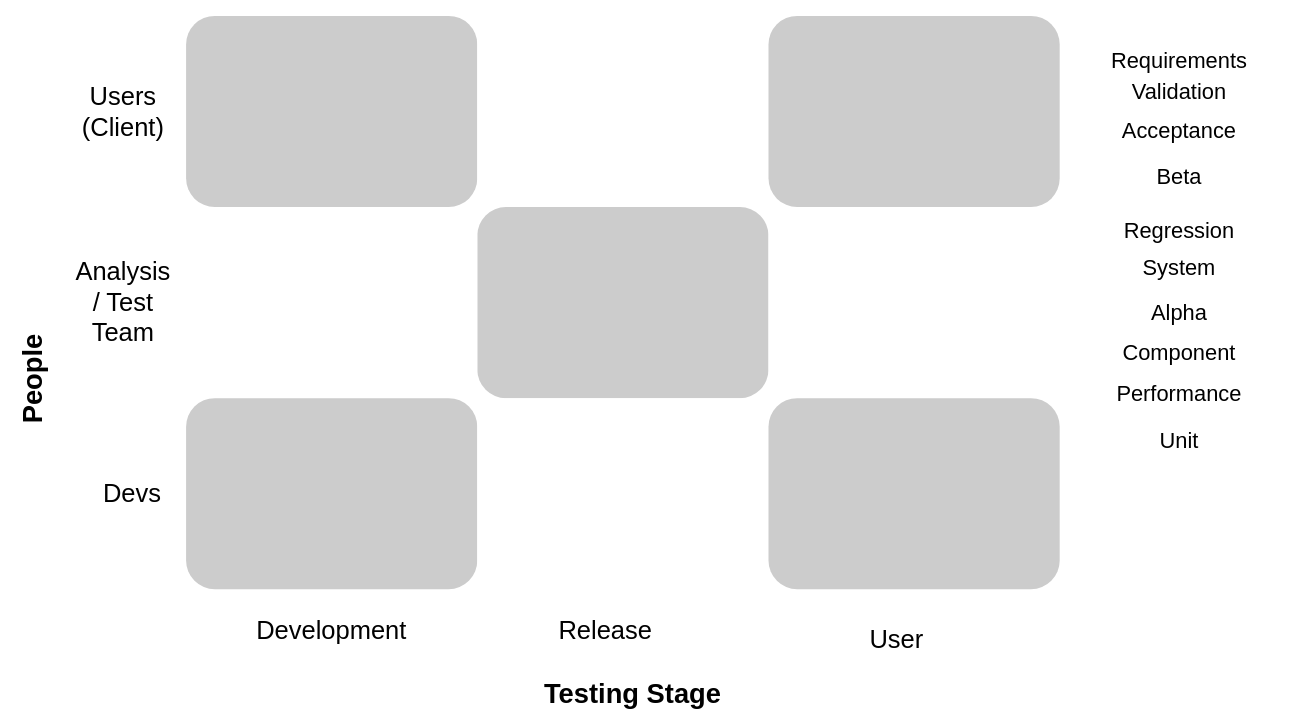
mpjovanovich/ivy_tech keeps this draw.io diagram as page "Starter" (1 of 2) of SDEV265_System_Software_Analysis_Project/types_of_testing_exercise.drawio. Above is the earlier version. Source tidied: cells renumbered, new cells numbered last; positions are measured from the earlier drawing's top-left corner, leaving out a move shared by most shapes. Both pictures are drawn from the tidied source at 91%, with x=0, y=0 at pixel (-105, 15).
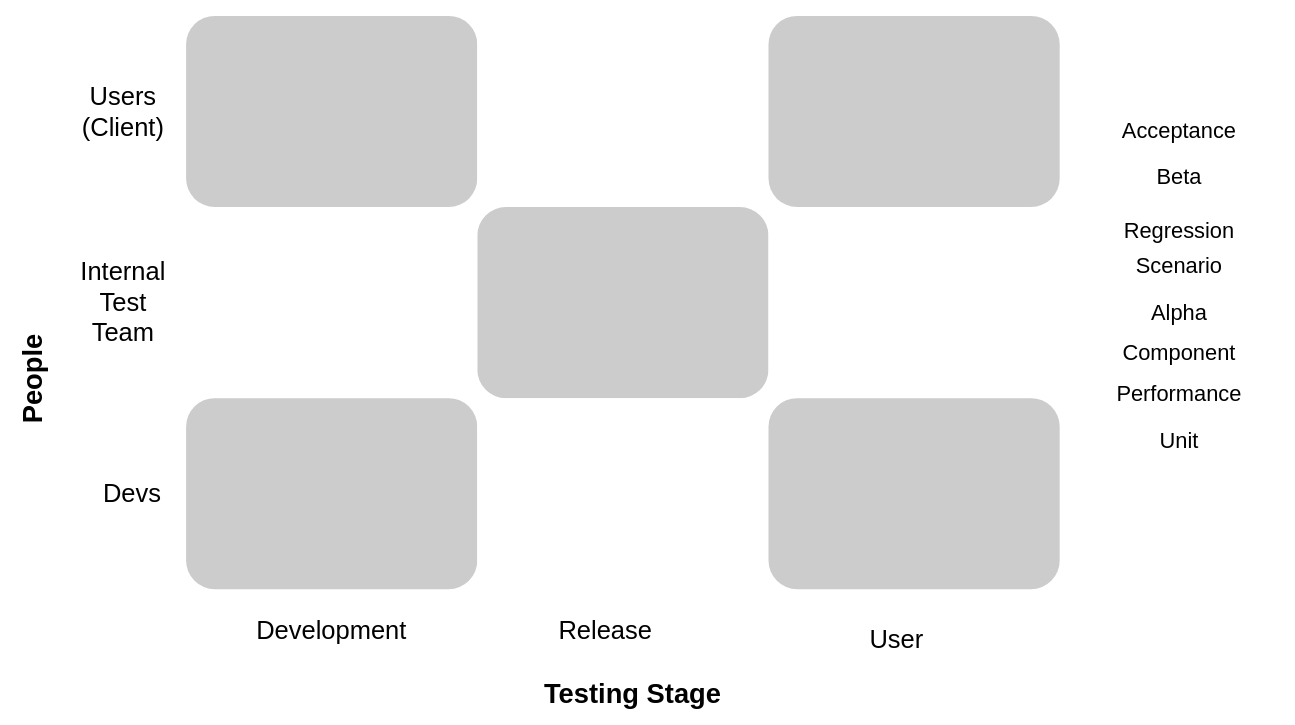
The same diagram, later.

Change to the diagram source:
```diff
@@
-    <mxCell id="16" value="&lt;font style=&quot;font-size: 28px;&quot;&gt;Analysis / Test Team&lt;/font&gt;" style="text;html=1;strokeColor=none;fillColor=none;align=center;verticalAlign=middle;whiteSpace=wrap;rounded=0;fontColor=#000000;" parent="1" vertex="1">
+    <mxCell id="16" value="&lt;font style=&quot;font-size: 28px;&quot;&gt;Internal Test Team&lt;/font&gt;" style="text;html=1;strokeColor=none;fillColor=none;align=center;verticalAlign=middle;whiteSpace=wrap;rounded=0;fontColor=#000000;" parent="1" vertex="1">
       <mxGeometry x="220" y="300" width="60" height="30" as="geometry" />
     </mxCell>
@@
-    <mxCell id="20" value="&lt;font style=&quot;font-size: 24px;&quot;&gt;System&lt;/font&gt;" style="text;html=1;strokeColor=none;fillColor=none;align=center;verticalAlign=middle;whiteSpace=wrap;rounded=0;fontSize=28;fontColor=#000000;" parent="1" vertex="1">
+    <mxCell id="20" value="Scenario" style="text;html=1;strokeColor=none;fillColor=none;align=center;verticalAlign=middle;whiteSpace=wrap;rounded=0;fontSize=24;fontColor=#000000;" parent="1" vertex="1">
       <mxGeometry x="1300" y="260" width="221" height="30" as="geometry" />
     </mxCell>
@@
-    <mxCell id="26" value="&lt;font style=&quot;font-size: 24px;&quot;&gt;Requirements Validation&lt;/font&gt;" style="text;html=1;strokeColor=none;fillColor=none;align=center;verticalAlign=middle;whiteSpace=wrap;rounded=0;fontSize=28;fontColor=#000000;" parent="1" vertex="1">
-      <mxGeometry x="1300" y="50" width="221" height="30" as="geometry" />
-    </mxCell>
```
